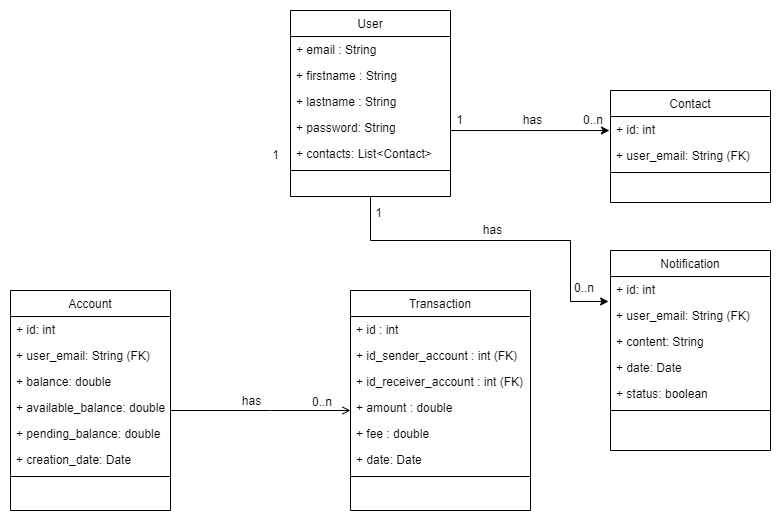
Before: bdd/uml/PMB_diagramme-de-classe.drawio.png, a diagram exported from draw.io (The-Great-Toad/paymybuddy). Source tidied: cells renumbered, new cells last; positions are measured from the earlier drawing's top-left corner, leaving out a move shared by most shapes.
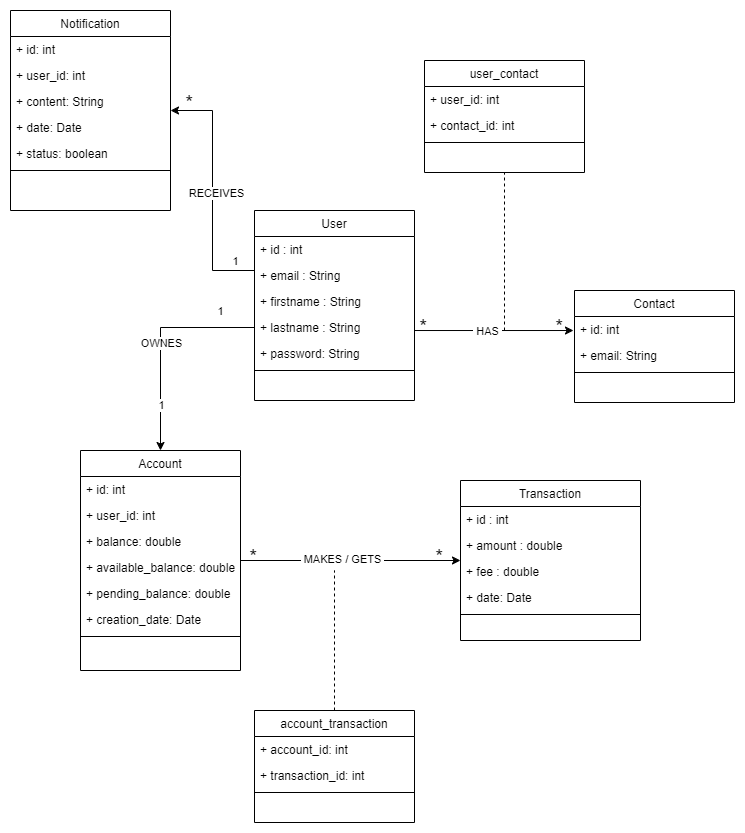
After the change.

The edit, as a diff of the source:
```diff
@@ -2,84 +2,68 @@
   <root>
     <mxCell id="0" />
     <mxCell id="1" parent="0" />
+    <mxCell id="51" style="edgeStyle=orthogonalEdgeStyle;rounded=0;jettySize=auto;html=1;" parent="1" edge="1" source="2" target="33">
+      <mxGeometry relative="1" as="geometry">
+        <Array as="points">
+          <mxPoint x="232" y="220" />
+          <mxPoint x="232" y="60" />
+        </Array>
+      </mxGeometry>
+    </mxCell>
+    <mxCell id="52" value="RECEIVES" style="edgeLabel;html=1;align=center;verticalAlign=middle;" parent="51" vertex="1">
+      <mxGeometry x="-0.01" y="-3" relative="1" as="geometry" />
+    </mxCell>
+    <mxCell id="53" value="1" style="edgeLabel;html=1;align=center;verticalAlign=middle;" parent="51" vertex="1">
+      <mxGeometry x="-0.78" y="2" relative="1" as="geometry">
+        <mxPoint x="7" y="-12" as="offset" />
+      </mxGeometry>
+    </mxCell>
     <mxCell id="2" value="User" style="swimlane;fontStyle=0;align=center;verticalAlign=top;horizontal=1;startSize=26;rounded=0;shadow=0;strokeWidth=1;" parent="1" vertex="1">
-      <mxGeometry x="280" width="160" height="186" as="geometry" />
+      <mxGeometry x="274" y="160" width="160" height="190" as="geometry" />
     </mxCell>
+    <mxCell id="54" value="+ id : int&#10;" style="text;align=left;verticalAlign=top;spacingLeft=4;spacingRight=4;overflow=hidden;" parent="2" vertex="1">
+      <mxGeometry y="26" width="160" height="26" as="geometry" />
+    </mxCell>
     <mxCell id="3" value="+ email : String" style="text;align=left;verticalAlign=top;spacingLeft=4;spacingRight=4;overflow=hidden;" parent="2" vertex="1">
-      <mxGeometry y="26" width="160" height="26" as="geometry" />
+      <mxGeometry y="52" width="160" height="26" as="geometry" />
     </mxCell>
     <mxCell id="4" value="+ firstname : String" style="text;align=left;verticalAlign=top;spacingLeft=4;spacingRight=4;overflow=hidden;rounded=0;shadow=0;html=0;" parent="2" vertex="1">
-      <mxGeometry y="52" width="160" height="26" as="geometry" />
+      <mxGeometry y="78" width="160" height="26" as="geometry" />
     </mxCell>
     <mxCell id="5" value="+ lastname : String" style="text;align=left;verticalAlign=top;spacingLeft=4;spacingRight=4;overflow=hidden;points=[[0,0.5],[1,0.5]];portConstraint=eastwest;rounded=0;shadow=0;html=0;" parent="2" vertex="1">
-      <mxGeometry y="78" width="160" height="26" as="geometry" />
+      <mxGeometry y="104" width="160" height="26" as="geometry" />
     </mxCell>
     <mxCell id="6" value="+ password: String" style="text;align=left;verticalAlign=top;spacingLeft=4;spacingRight=4;overflow=hidden;rounded=0;shadow=0;html=0;" parent="2" vertex="1">
-      <mxGeometry y="104" width="160" height="26" as="geometry" />
+      <mxGeometry y="130" width="160" height="26" as="geometry" />
     </mxCell>
-    <mxCell id="7" value="+ contacts: List&lt;Contact&gt;" style="text;align=left;verticalAlign=top;spacingLeft=4;spacingRight=4;overflow=hidden;rounded=0;shadow=0;html=0;" parent="2" vertex="1">
-      <mxGeometry y="130" width="160" height="26" as="geometry" />
-    </mxCell>
     <mxCell id="8" style="line;html=1;strokeWidth=1;align=left;verticalAlign=middle;spacingTop=-1;spacingLeft=3;spacingRight=3;labelPosition=right;" parent="2" vertex="1">
       <mxGeometry y="156" width="160" height="8" as="geometry" />
     </mxCell>
     <mxCell id="9" value="Transaction" style="swimlane;fontStyle=0;align=center;verticalAlign=top;horizontal=1;startSize=26;rounded=0;shadow=0;strokeWidth=1;" parent="1" vertex="1">
-      <mxGeometry x="340" y="280" width="180" height="220" as="geometry" />
+      <mxGeometry x="480" y="430" width="180" height="160" as="geometry" />
     </mxCell>
     <mxCell id="10" value="+ id : int" style="text;align=left;verticalAlign=top;spacingLeft=4;spacingRight=4;overflow=hidden;" parent="9" vertex="1">
       <mxGeometry y="26" width="180" height="26" as="geometry" />
     </mxCell>
-    <mxCell id="11" value="+ id_sender_account : int (FK)" style="text;align=left;verticalAlign=top;spacingLeft=4;spacingRight=4;overflow=hidden;" parent="9" vertex="1">
-      <mxGeometry y="52" width="180" height="26" as="geometry" />
-    </mxCell>
-    <mxCell id="12" value="+ id_receiver_account : int (FK)" style="text;align=left;verticalAlign=top;spacingLeft=4;spacingRight=4;overflow=hidden;rounded=0;shadow=0;html=0;" parent="9" vertex="1">
-      <mxGeometry y="78" width="180" height="26" as="geometry" />
-    </mxCell>
     <mxCell id="13" value="+ amount : double" style="text;align=left;verticalAlign=top;spacingLeft=4;spacingRight=4;overflow=hidden;rounded=0;shadow=0;html=0;" parent="9" vertex="1">
-      <mxGeometry y="104" width="180" height="26" as="geometry" />
+      <mxGeometry y="52" width="180" height="26" as="geometry" />
     </mxCell>
     <mxCell id="14" value="+ fee : double" style="text;align=left;verticalAlign=top;spacingLeft=4;spacingRight=4;overflow=hidden;rounded=0;shadow=0;html=0;" parent="9" vertex="1">
-      <mxGeometry y="130" width="180" height="26" as="geometry" />
+      <mxGeometry y="78" width="180" height="26" as="geometry" />
     </mxCell>
     <mxCell id="15" value="+ date: Date" style="text;align=left;verticalAlign=top;spacingLeft=4;spacingRight=4;overflow=hidden;rounded=0;shadow=0;html=0;" parent="9" vertex="1">
-      <mxGeometry y="156" width="180" height="26" as="geometry" />
+      <mxGeometry y="104" width="180" height="26" as="geometry" />
     </mxCell>
     <mxCell id="16" style="line;html=1;strokeWidth=1;align=left;verticalAlign=middle;spacingTop=-1;spacingLeft=3;spacingRight=3;labelPosition=right;" parent="9" vertex="1">
-      <mxGeometry y="182" width="180" height="8" as="geometry" />
+      <mxGeometry y="130" width="180" height="8" as="geometry" />
     </mxCell>
-    <mxCell id="17" style="endArrow=open;shadow=0;strokeWidth=1;rounded=0;curved=0;endFill=1;edgeStyle=elbowEdgeStyle;elbow=vertical;entryX=0;entryY=0.5;entryDx=0;entryDy=0;exitX=1;exitY=0.5;exitDx=0;exitDy=0;" parent="1" edge="1">
-      <mxGeometry x="0.5" y="41" relative="1" as="geometry">
-        <mxPoint x="160" y="400" as="sourcePoint" />
-        <mxPoint x="340" y="400" as="targetPoint" />
-        <Array as="points">
-          <mxPoint x="260" y="400" />
-          <mxPoint x="68.4" y="213" />
-        </Array>
-        <mxPoint x="-40" y="32" as="offset" />
-      </mxGeometry>
-    </mxCell>
-    <mxCell id="18" value="0..n" style="align=left;verticalAlign=bottom;labelBackgroundColor=none;fontSize=12;" parent="17" vertex="1">
-      <mxGeometry x="-1" relative="1" as="geometry">
-        <mxPoint x="140" as="offset" />
-      </mxGeometry>
-    </mxCell>
-    <mxCell id="19" value="1" style="align=right;verticalAlign=bottom;labelBackgroundColor=none;fontSize=12;" parent="17" vertex="1">
-      <mxGeometry x="1" relative="1" as="geometry">
-        <mxPoint x="-70" y="-247" as="offset" />
-      </mxGeometry>
-    </mxCell>
-    <mxCell id="20" value="has" style="text;html=1;align=center;verticalAlign=middle;labelBackgroundColor=none;rounded=0;shadow=0;strokeWidth=1;fontSize=12;" parent="17" vertex="1">
-      <mxGeometry x="0.5" y="49" relative="1" as="geometry">
-        <mxPoint x="-55" y="39" as="offset" />
-      </mxGeometry>
-    </mxCell>
     <mxCell id="21" value="Account" style="swimlane;fontStyle=0;align=center;verticalAlign=top;horizontal=1;startSize=26;rounded=0;shadow=0;strokeWidth=1;" parent="1" vertex="1">
-      <mxGeometry y="280" width="160" height="220" as="geometry" />
+      <mxGeometry x="100" y="400" width="160" height="220" as="geometry" />
     </mxCell>
     <mxCell id="22" value="+ id: int" style="text;align=left;verticalAlign=top;spacingLeft=4;spacingRight=4;overflow=hidden;" parent="21" vertex="1">
       <mxGeometry y="26" width="160" height="26" as="geometry" />
     </mxCell>
-    <mxCell id="23" value="+ user_email: String (FK)" style="text;align=left;verticalAlign=top;spacingLeft=4;spacingRight=4;overflow=hidden;rounded=0;shadow=0;html=0;" parent="21" vertex="1">
+    <mxCell id="23" value="+ user_id: int" style="text;align=left;verticalAlign=top;spacingLeft=4;spacingRight=4;overflow=hidden;rounded=0;shadow=0;html=0;" parent="21" vertex="1">
       <mxGeometry y="52" width="160" height="26" as="geometry" />
     </mxCell>
     <mxCell id="24" value="+ balance: double" style="text;align=left;verticalAlign=top;spacingLeft=4;spacingRight=4;overflow=hidden;rounded=0;shadow=0;html=0;" parent="21" vertex="1">
@@ -98,24 +82,24 @@
       <mxGeometry y="182" width="160" height="8" as="geometry" />
     </mxCell>
     <mxCell id="29" value="Contact" style="swimlane;fontStyle=0;align=center;verticalAlign=top;horizontal=1;startSize=26;rounded=0;shadow=0;strokeWidth=1;" parent="1" vertex="1">
-      <mxGeometry x="600" y="80" width="160" height="112" as="geometry" />
+      <mxGeometry x="594" y="240" width="160" height="112" as="geometry" />
     </mxCell>
     <mxCell id="30" value="+ id: int" style="text;align=left;verticalAlign=top;spacingLeft=4;spacingRight=4;overflow=hidden;" parent="29" vertex="1">
       <mxGeometry y="26" width="160" height="26" as="geometry" />
     </mxCell>
-    <mxCell id="31" value="+ user_email: String (FK)" style="text;align=left;verticalAlign=top;spacingLeft=4;spacingRight=4;overflow=hidden;rounded=0;shadow=0;html=0;" parent="29" vertex="1">
+    <mxCell id="31" value="+ email: String" style="text;align=left;verticalAlign=top;spacingLeft=4;spacingRight=4;overflow=hidden;rounded=0;shadow=0;html=0;" parent="29" vertex="1">
       <mxGeometry y="52" width="160" height="26" as="geometry" />
     </mxCell>
     <mxCell id="32" style="line;html=1;strokeWidth=1;align=left;verticalAlign=middle;spacingTop=-1;spacingLeft=3;spacingRight=3;labelPosition=right;" parent="29" vertex="1">
       <mxGeometry y="78" width="160" height="8" as="geometry" />
     </mxCell>
     <mxCell id="33" value="Notification" style="swimlane;fontStyle=0;align=center;verticalAlign=top;horizontal=1;startSize=26;rounded=0;shadow=0;strokeWidth=1;" parent="1" vertex="1">
-      <mxGeometry x="600" y="240" width="160" height="200" as="geometry" />
+      <mxGeometry x="30" y="-40" width="160" height="200" as="geometry" />
     </mxCell>
     <mxCell id="34" value="+ id: int" style="text;align=left;verticalAlign=top;spacingLeft=4;spacingRight=4;overflow=hidden;points=[[0,0.5],[1,0.5]];portConstraint=eastwest;" parent="33" vertex="1">
       <mxGeometry y="26" width="160" height="26" as="geometry" />
     </mxCell>
-    <mxCell id="35" value="+ user_email: String (FK)" style="text;align=left;verticalAlign=top;spacingLeft=4;spacingRight=4;overflow=hidden;rounded=0;shadow=0;html=0;" parent="33" vertex="1">
+    <mxCell id="35" value="+ user_id: int" style="text;align=left;verticalAlign=top;spacingLeft=4;spacingRight=4;overflow=hidden;rounded=0;shadow=0;html=0;" parent="33" vertex="1">
       <mxGeometry y="52" width="160" height="26" as="geometry" />
     </mxCell>
     <mxCell id="36" value="+ content: String" style="text;align=left;verticalAlign=top;spacingLeft=4;spacingRight=4;overflow=hidden;rounded=0;shadow=0;html=0;" parent="33" vertex="1">
@@ -130,69 +114,99 @@
     <mxCell id="39" style="line;html=1;strokeWidth=1;align=left;verticalAlign=middle;spacingTop=-1;spacingLeft=3;spacingRight=3;labelPosition=right;" parent="33" vertex="1">
       <mxGeometry y="156" width="160" height="8" as="geometry" />
     </mxCell>
-    <mxCell id="40" style="endArrow=open;shadow=0;strokeWidth=1;rounded=0;curved=0;endFill=1;edgeStyle=elbowEdgeStyle;elbow=vertical;entryX=0.5;entryY=0;entryDx=0;entryDy=0;exitX=0;exitY=0.5;exitDx=0;exitDy=0;" parent="1" edge="1" source="x" target="21">
-      <mxGeometry x="0.5" y="41" relative="1" as="geometry">
-        <Array as="points">
-          <mxPoint x="150" y="150" />
-          <mxPoint x="118.4" y="289" />
-        </Array>
-        <mxPoint x="-40" y="32" as="offset" />
-      </mxGeometry>
-    </mxCell>
-    <mxCell id="41" value="1" style="align=right;verticalAlign=bottom;labelBackgroundColor=none;fontSize=12;" parent="40" vertex="1">
-      <mxGeometry x="1" relative="1" as="geometry">
-        <mxPoint y="-10" as="offset" />
-      </mxGeometry>
-    </mxCell>
-    <mxCell id="42" value="has" style="text;html=1;align=center;verticalAlign=middle;labelBackgroundColor=none;rounded=0;shadow=0;strokeWidth=1;fontSize=12;" parent="40" vertex="1">
-      <mxGeometry x="0.5" y="49" relative="1" as="geometry">
-        <mxPoint x="21" y="-57" as="offset" />
-      </mxGeometry>
-    </mxCell>
-    <mxCell id="43" style="edgeStyle=orthogonalEdgeStyle;rounded=0;jettySize=auto;html=1;entryX=-0.012;entryY=0.962;entryDx=0;entryDy=0;exitX=0.5;exitY=1;exitDx=0;exitDy=0;entryPerimeter=0;" parent="1" edge="1" source="2" target="34">
-      <mxGeometry relative="1" as="geometry">
-        <Array as="points">
-          <mxPoint x="360" y="230" />
-          <mxPoint x="560" y="230" />
-          <mxPoint x="560" y="291" />
-        </Array>
-      </mxGeometry>
-    </mxCell>
-    <mxCell id="44" value="1" style="align=right;verticalAlign=bottom;labelBackgroundColor=none;fontSize=12;" parent="1" vertex="1">
-      <mxGeometry x="370" y="192" as="geometry">
-        <mxPoint x="3" y="19" as="offset" />
-      </mxGeometry>
-    </mxCell>
-    <mxCell id="45" value="has" style="text;html=1;align=center;verticalAlign=middle;labelBackgroundColor=none;rounded=0;shadow=0;strokeWidth=1;fontSize=12;" parent="1" vertex="1">
-      <mxGeometry x="320" y="330" as="geometry">
-        <mxPoint x="161" y="-111" as="offset" />
-      </mxGeometry>
-    </mxCell>
-    <mxCell id="46" value="0..n" style="align=left;verticalAlign=bottom;labelBackgroundColor=none;fontSize=12;" parent="1" vertex="1">
-      <mxGeometry x="290" y="300" as="geometry">
-        <mxPoint x="272" y="-14" as="offset" />
-      </mxGeometry>
-    </mxCell>
     <mxCell id="47" style="edgeStyle=orthogonalEdgeStyle;rounded=0;orthogonalLoop=1;jettySize=auto;html=1;entryX=-0.006;entryY=0.098;entryDx=0;entryDy=0;entryPerimeter=0;" parent="1" edge="1">
       <mxGeometry relative="1" as="geometry">
-        <mxPoint x="440" y="120" as="sourcePoint" />
-        <mxPoint x="599" y="120" as="targetPoint" />
+        <mxPoint x="434" y="280" as="sourcePoint" />
+        <mxPoint x="593" y="280" as="targetPoint" />
       </mxGeometry>
     </mxCell>
+    <mxCell id="55" value="&amp;nbsp;HAS&amp;nbsp;" style="edgeLabel;html=1;align=center;verticalAlign=middle;" parent="47" vertex="1">
+      <mxGeometry x="-0.1" relative="1" as="geometry" />
+    </mxCell>
-    <mxCell id="48" value="1" style="align=right;verticalAlign=bottom;labelBackgroundColor=none;fontSize=12;" parent="1" vertex="1">
-      <mxGeometry x="450" y="120" as="geometry">
+    <mxCell id="48" value="*" style="align=right;verticalAlign=bottom;labelBackgroundColor=none;fontSize=20;" parent="1" vertex="1">
+      <mxGeometry x="444" y="290" as="geometry">
         <mxPoint x="4" y="-2" as="offset" />
       </mxGeometry>
     </mxCell>
-    <mxCell id="49" value="has" style="text;html=1;align=center;verticalAlign=middle;labelBackgroundColor=none;rounded=0;shadow=0;strokeWidth=1;fontSize=12;" parent="1" vertex="1">
-      <mxGeometry x="360" y="220" as="geometry">
-        <mxPoint x="161" y="-111" as="offset" />
-      </mxGeometry>
-    </mxCell>
-    <mxCell id="50" value="0..n" style="align=right;verticalAlign=bottom;labelBackgroundColor=none;fontSize=12;" parent="1" vertex="1">
-      <mxGeometry x="590" y="120" as="geometry">
+    <mxCell id="50" value="*" style="align=right;verticalAlign=bottom;labelBackgroundColor=none;fontSize=20;" parent="1" vertex="1">
+      <mxGeometry x="580" y="290" as="geometry">
         <mxPoint x="4" y="-2" as="offset" />
       </mxGeometry>
     </mxCell>
+    <mxCell id="56" style="endArrow=none;dashed=1;html=1;rounded=0;entryX=0.5;entryY=1;entryDx=0;entryDy=0;" parent="1" edge="1" target="57">
+      <mxGeometry relative="1" as="geometry">
+        <mxPoint x="524" y="280" as="sourcePoint" />
+      </mxGeometry>
+    </mxCell>
+    <mxCell id="57" value="user_contact" style="swimlane;fontStyle=0;align=center;verticalAlign=top;horizontal=1;startSize=26;rounded=0;shadow=0;strokeWidth=1;" parent="1" vertex="1">
+      <mxGeometry x="444" y="10" width="160" height="112" as="geometry" />
+    </mxCell>
+    <mxCell id="58" value="+ user_id: int" style="text;align=left;verticalAlign=top;spacingLeft=4;spacingRight=4;overflow=hidden;" parent="57" vertex="1">
+      <mxGeometry y="26" width="160" height="26" as="geometry" />
+    </mxCell>
+    <mxCell id="59" value="+ contact_id: int" style="text;align=left;verticalAlign=top;spacingLeft=4;spacingRight=4;overflow=hidden;rounded=0;shadow=0;html=0;" parent="57" vertex="1">
+      <mxGeometry y="52" width="160" height="26" as="geometry" />
+    </mxCell>
+    <mxCell id="60" style="line;html=1;strokeWidth=1;align=left;verticalAlign=middle;spacingTop=-1;spacingLeft=3;spacingRight=3;labelPosition=right;" parent="57" vertex="1">
+      <mxGeometry y="78" width="160" height="8" as="geometry" />
+    </mxCell>
+    <mxCell id="61" style="edgeStyle=orthogonalEdgeStyle;rounded=0;jettySize=auto;html=1;exitX=0;exitY=0.5;exitDx=0;exitDy=0;entryX=0.5;entryY=0;entryDx=0;entryDy=0;" parent="1" edge="1" source="5" target="21">
+      <mxGeometry relative="1" as="geometry" />
+    </mxCell>
+    <mxCell id="62" value="&amp;nbsp;OWNES&amp;nbsp;" style="edgeLabel;html=1;align=center;verticalAlign=middle;" parent="61" vertex="1">
+      <mxGeometry x="0.01" relative="1" as="geometry" />
+    </mxCell>
+    <mxCell id="63" value="1" style="edgeLabel;html=1;align=center;verticalAlign=middle;" parent="61" vertex="1">
+      <mxGeometry x="0.74" relative="1" as="geometry">
+        <mxPoint y="-17" as="offset" />
+      </mxGeometry>
+    </mxCell>
+    <mxCell id="64" value="1" style="edgeLabel;html=1;align=center;verticalAlign=middle;" parent="61" vertex="1">
+      <mxGeometry x="-0.68" y="-1" relative="1" as="geometry">
+        <mxPoint y="-16" as="offset" />
+      </mxGeometry>
+    </mxCell>
+    <mxCell id="65" style="edgeStyle=orthogonalEdgeStyle;rounded=0;jettySize=auto;html=1;exitX=1;exitY=0.5;exitDx=0;exitDy=0;" parent="1" edge="1" source="25" target="9">
+      <mxGeometry relative="1" as="geometry">
+        <Array as="points">
+          <mxPoint x="260" y="510" />
+        </Array>
+      </mxGeometry>
+    </mxCell>
+    <mxCell id="66" value="&amp;nbsp;MAKES / GETS&amp;nbsp;" style="edgeLabel;html=1;align=center;verticalAlign=middle;" parent="65" vertex="1">
+      <mxGeometry x="-0.05" y="2" relative="1" as="geometry" />
+    </mxCell>
+    <mxCell id="67" value="*" style="align=right;verticalAlign=bottom;labelBackgroundColor=none;fontSize=20;" parent="1" vertex="1">
+      <mxGeometry x="274" y="520" as="geometry">
+        <mxPoint x="4" y="-2" as="offset" />
+      </mxGeometry>
+    </mxCell>
+    <mxCell id="68" value="*" style="align=right;verticalAlign=bottom;labelBackgroundColor=none;fontSize=20;" parent="1" vertex="1">
+      <mxGeometry x="460" y="520" as="geometry">
+        <mxPoint x="4" y="-2" as="offset" />
+      </mxGeometry>
+    </mxCell>
+    <mxCell id="69" style="endArrow=none;dashed=1;html=1;rounded=0;exitX=0.5;exitY=0;exitDx=0;exitDy=0;" parent="1" edge="1" source="70">
+      <mxGeometry relative="1" as="geometry">
+        <mxPoint x="354" y="520" as="targetPoint" />
+      </mxGeometry>
+    </mxCell>
+    <mxCell id="70" value="account_transaction" style="swimlane;fontStyle=0;align=center;verticalAlign=top;horizontal=1;startSize=26;rounded=0;shadow=0;strokeWidth=1;" parent="1" vertex="1">
+      <mxGeometry x="274" y="660" width="160" height="112" as="geometry" />
+    </mxCell>
+    <mxCell id="71" value="+ account_id: int" style="text;align=left;verticalAlign=top;spacingLeft=4;spacingRight=4;overflow=hidden;" parent="70" vertex="1">
+      <mxGeometry y="26" width="160" height="26" as="geometry" />
+    </mxCell>
+    <mxCell id="72" value="+ transaction_id: int" style="text;align=left;verticalAlign=top;spacingLeft=4;spacingRight=4;overflow=hidden;rounded=0;shadow=0;html=0;" parent="70" vertex="1">
+      <mxGeometry y="52" width="160" height="26" as="geometry" />
+    </mxCell>
+    <mxCell id="73" style="line;html=1;strokeWidth=1;align=left;verticalAlign=middle;spacingTop=-1;spacingLeft=3;spacingRight=3;labelPosition=right;" parent="70" vertex="1">
+      <mxGeometry y="78" width="160" height="8" as="geometry" />
+    </mxCell>
+    <mxCell id="74" value="*" style="align=right;verticalAlign=bottom;labelBackgroundColor=none;fontSize=20;" parent="1" vertex="1">
+      <mxGeometry x="210" y="66" as="geometry">
+        <mxPoint x="4" y="-2" as="offset" />
+      </mxGeometry>
+    </mxCell>
   </root>
 </mxGraphModel>
```
